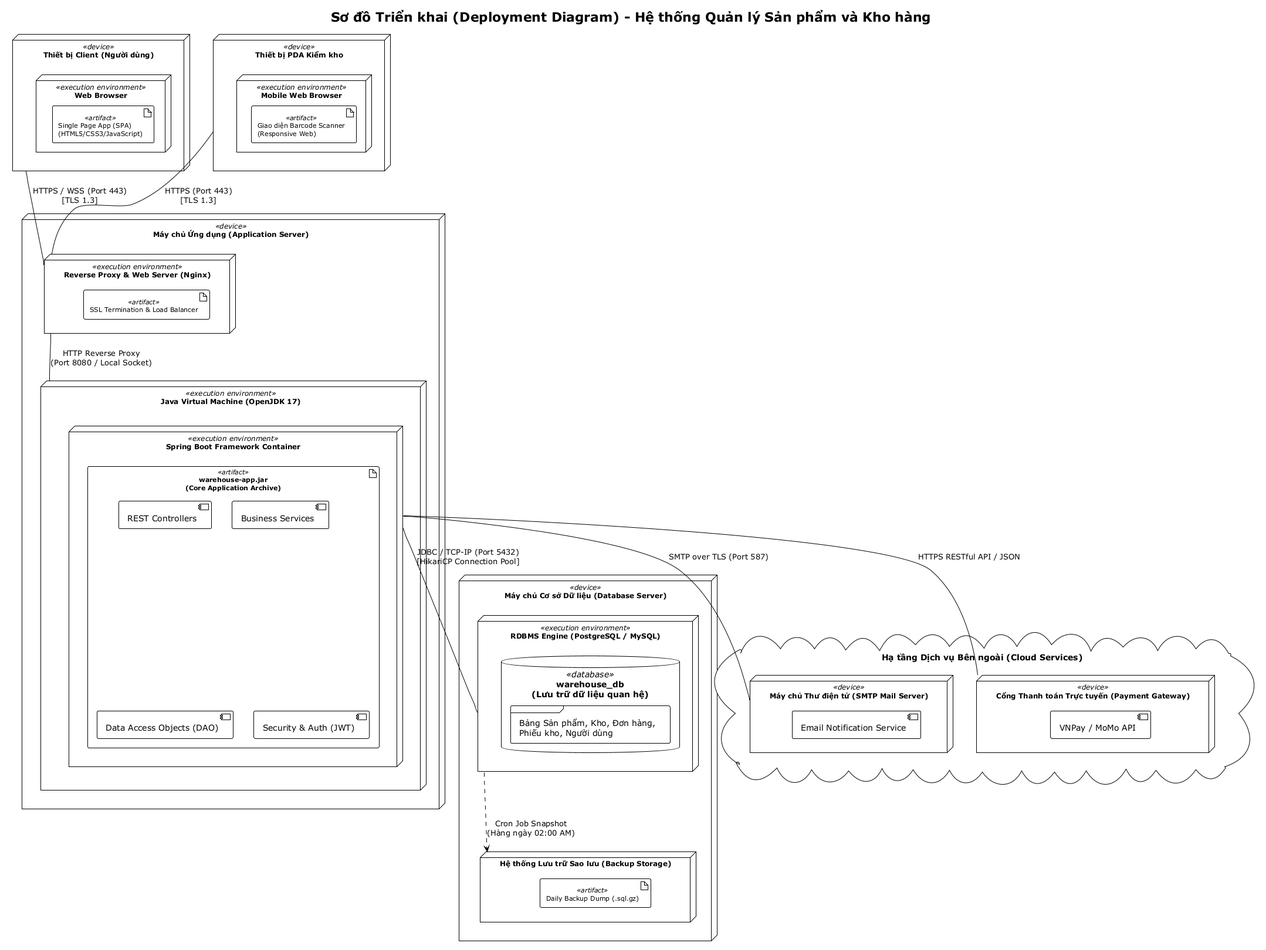
Above: BTL-QuanLyKhoHang/diagrams/deployment-diagram.png in vuhoabinh2416137/G8_Quanlysanphamvakhohang (PlantUML), before the change. The source it was exported from:
```plantuml
@startuml deployment-diagram
!theme plain
skinparam nodeFontSize 12
skinparam artifactFontSize 11

title Sơ đồ Triển khai (Deployment Diagram) - Hệ thống Quản lý Sản phẩm và Kho hàng

node "Thiết bị Client (Người dùng)" as ClientDevice <<device>> {
    node "Web Browser" <<execution environment>> {
        artifact "Single Page App (SPA)\n(HTML5/CSS3/JavaScript)" as WebApp <<artifact>>
    }
}

node "Thiết bị PDA Kiểm kho" as PDADevice <<device>> {
    node "Mobile Web Browser" <<execution environment>> {
        artifact "Giao diện Barcode Scanner\n(Responsive Web)" as PDAApp <<artifact>>
    }
}

node "Máy chủ Ứng dụng (Application Server)" as AppServer <<device>> {
    node "Reverse Proxy & Web Server (Nginx)" as Nginx <<execution environment>> {
        artifact "SSL Termination & Load Balancer" as NginxConf <<artifact>>
    }

    node "Java Virtual Machine (OpenJDK 17)" as JVM <<execution environment>> {
        node "Spring Boot Framework Container" as SpringContainer <<execution environment>> {
            artifact "warehouse-app.jar\n(Core Application Archive)" as BackendJar <<artifact>> {
                component "REST Controllers" as REST
                component "Business Services" as Services
                component "Data Access Objects (DAO)" as DAOs
                component "Security & Auth (JWT)" as Sec
            }
        }
    }
}

node "Máy chủ Cơ sở Dữ liệu (Database Server)" as DBServer <<device>> {
    node "RDBMS Engine (PostgreSQL / MySQL)" as DBMS <<execution environment>> {
        database "warehouse_db\n(Lưu trữ dữ liệu quan hệ)" as DB <<database>> {
            frame "Bảng Sản phẩm, Kho, Đơn hàng,\nPhiếu kho, Người dùng" as Tables
        }
    }
    node "Hệ thống Lưu trữ Sao lưu (Backup Storage)" as BackupStorage {
        artifact "Daily Backup Dump (.sql.gz)" as BackupFile <<artifact>>
    }
}

cloud "Hạ tầng Dịch vụ Bên ngoài (Cloud Services)" as CloudServices {
    node "Máy chủ Thư điện tử (SMTP Mail Server)" as MailServer <<device>> {
        component "Email Notification Service" as SMTP
    }

    node "Cổng Thanh toán Trực tuyến (Payment Gateway)" as PaymentGateway <<device>> {
        component "VNPay / MoMo API" as PayAPI
    }
}

ClientDevice -- Nginx : HTTPS / WSS (Port 443)\n[TLS 1.3]
PDADevice -- Nginx : HTTPS (Port 443)\n[TLS 1.3]

Nginx -- JVM : HTTP Reverse Proxy\n(Port 8080 / Local Socket)

SpringContainer -- DBMS : JDBC / TCP-IP (Port 5432)\n[HikariCP Connection Pool]
DBMS ..> BackupStorage : Cron Job Snapshot\n(Hàng ngày 02:00 AM)

SpringContainer -- MailServer : SMTP over TLS (Port 587)
SpringContainer -- PaymentGateway : HTTPS RESTful API / JSON

@enduml
```
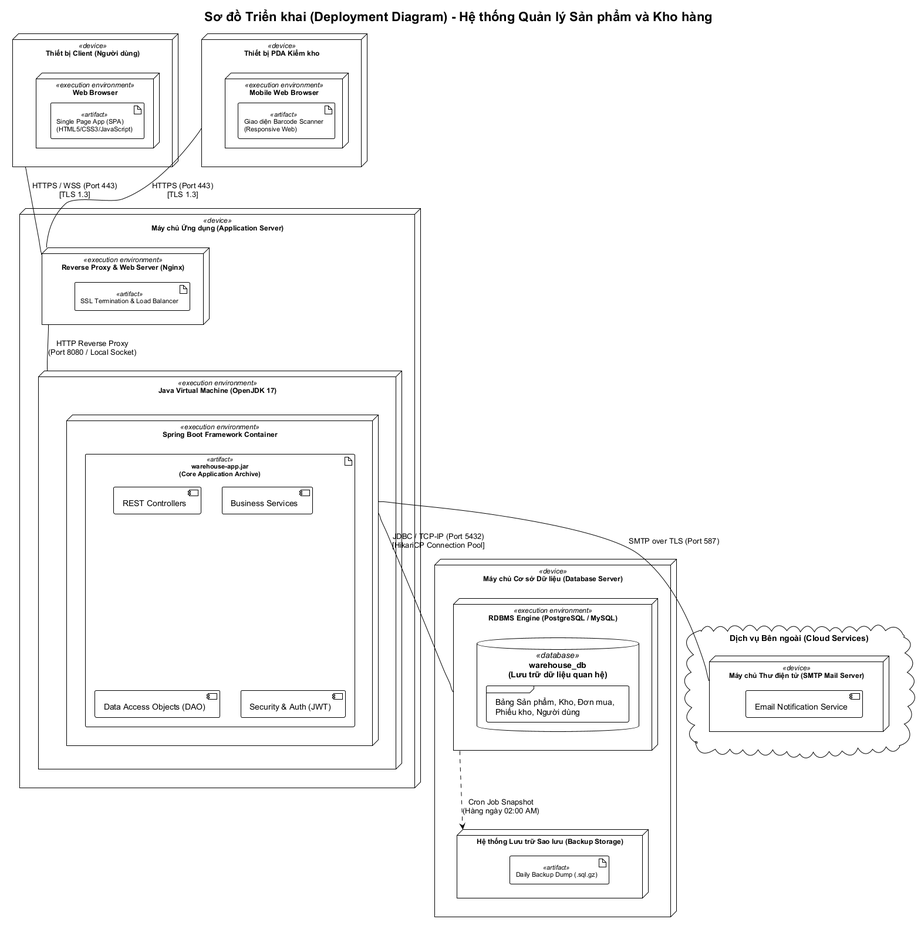
After the commit.

Change to the diagram source:
```diff
@@ -2,6 +2,7 @@
 !theme plain
 skinparam nodeFontSize 12
 skinparam artifactFontSize 11
+skinparam defaultFontName "Arial"
 
 title Sơ đồ Triển khai (Deployment Diagram) - Hệ thống Quản lý Sản phẩm và Kho hàng
 
@@ -37,7 +38,7 @@
 node "Máy chủ Cơ sở Dữ liệu (Database Server)" as DBServer <<device>> {
     node "RDBMS Engine (PostgreSQL / MySQL)" as DBMS <<execution environment>> {
         database "warehouse_db\n(Lưu trữ dữ liệu quan hệ)" as DB <<database>> {
-            frame "Bảng Sản phẩm, Kho, Đơn hàng,\nPhiếu kho, Người dùng" as Tables
+            frame "Bảng Sản phẩm, Kho, Đơn mua,\nPhiếu kho, Người dùng" as Tables
         }
     }
     node "Hệ thống Lưu trữ Sao lưu (Backup Storage)" as BackupStorage {
@@ -45,13 +46,9 @@
     }
 }
 
-cloud "Hạ tầng Dịch vụ Bên ngoài (Cloud Services)" as CloudServices {
+cloud "Dịch vụ Bên ngoài (Cloud Services)" as CloudServices {
     node "Máy chủ Thư điện tử (SMTP Mail Server)" as MailServer <<device>> {
         component "Email Notification Service" as SMTP
-    }
-
-    node "Cổng Thanh toán Trực tuyến (Payment Gateway)" as PaymentGateway <<device>> {
-        component "VNPay / MoMo API" as PayAPI
     }
 }
 
@@ -64,6 +61,5 @@
 DBMS ..> BackupStorage : Cron Job Snapshot\n(Hàng ngày 02:00 AM)
 
 SpringContainer -- MailServer : SMTP over TLS (Port 587)
-SpringContainer -- PaymentGateway : HTTPS RESTful API / JSON
 
 @enduml
```
